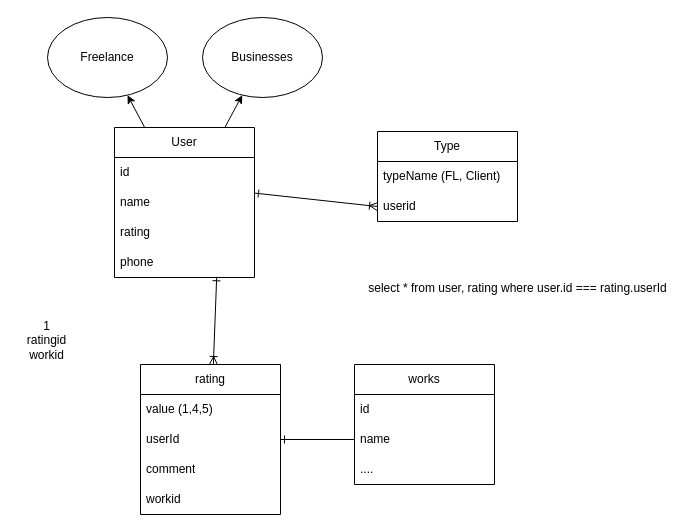
Above: page "Page-1" (2 of 2) of diagram.drawio in tonsisouvanh/la-freelance-app (draw.io), before the change. Source tidied: cells renumbered, new cells numbered last; positions are measured from the earlier drawing's top-left corner, leaving out a move shared by most shapes. Both pictures are drawn from the tidied source at 100%, with x=0, y=0 at pixel (17, 17).
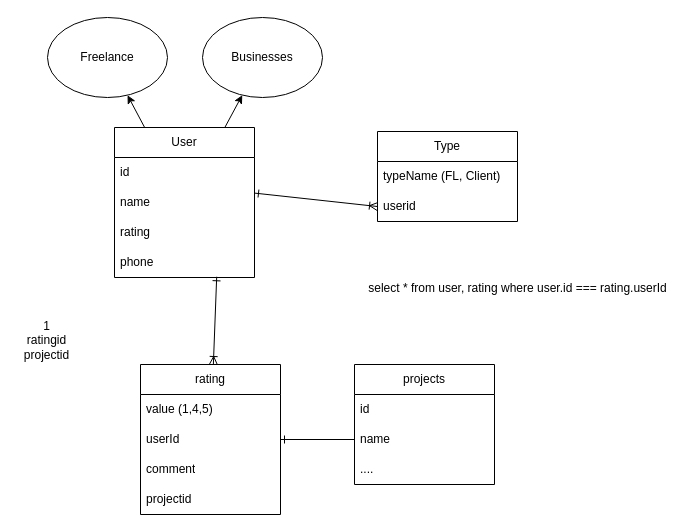
After the change.

The change refers to these unchanged cells:
```xml
<mxCell id="15" value="rating" style="swimlane;fontStyle=0;horizontal=1;startSize=30;whiteSpace=wrap;html=1;" parent="1" vertex="1">
  <mxGeometry x="123" y="347" width="140" height="150" as="geometry" />
</mxCell>
```

The edit, as a diff of the source:
```diff
@@
-    <mxCell id="19" value="workid" style="text;strokeColor=none;fillColor=none;align=left;verticalAlign=middle;spacingLeft=4;spacingRight=4;overflow=hidden;whiteSpace=wrap;html=1;" parent="15" vertex="1">
+    <mxCell id="19" value="projectid" style="text;strokeColor=none;fillColor=none;align=left;verticalAlign=middle;spacingLeft=4;spacingRight=4;overflow=hidden;whiteSpace=wrap;html=1;" parent="15" vertex="1">
       <mxGeometry y="120" width="140" height="30" as="geometry" />
     </mxCell>
@@
-    <mxCell id="22" value="works" style="swimlane;fontStyle=0;horizontal=1;startSize=30;whiteSpace=wrap;html=1;" parent="1" vertex="1">
+    <mxCell id="22" value="projects" style="swimlane;fontStyle=0;horizontal=1;startSize=30;whiteSpace=wrap;html=1;" parent="1" vertex="1">
       <mxGeometry x="337" y="347" width="140" height="120" as="geometry" />
     </mxCell>
@@
-    <mxCell id="27" value="1&lt;br&gt;ratingid&lt;br&gt;workid" style="text;html=1;align=center;verticalAlign=middle;strokeColor=none;fillColor=none;" parent="1" vertex="1">
+    <mxCell id="27" value="1&lt;br&gt;ratingid&lt;br&gt;projectid" style="text;html=1;align=center;verticalAlign=middle;strokeColor=none;fillColor=none;" parent="1" vertex="1">
       <mxGeometry y="295" width="57" height="55" as="geometry" />
     </mxCell>
```
